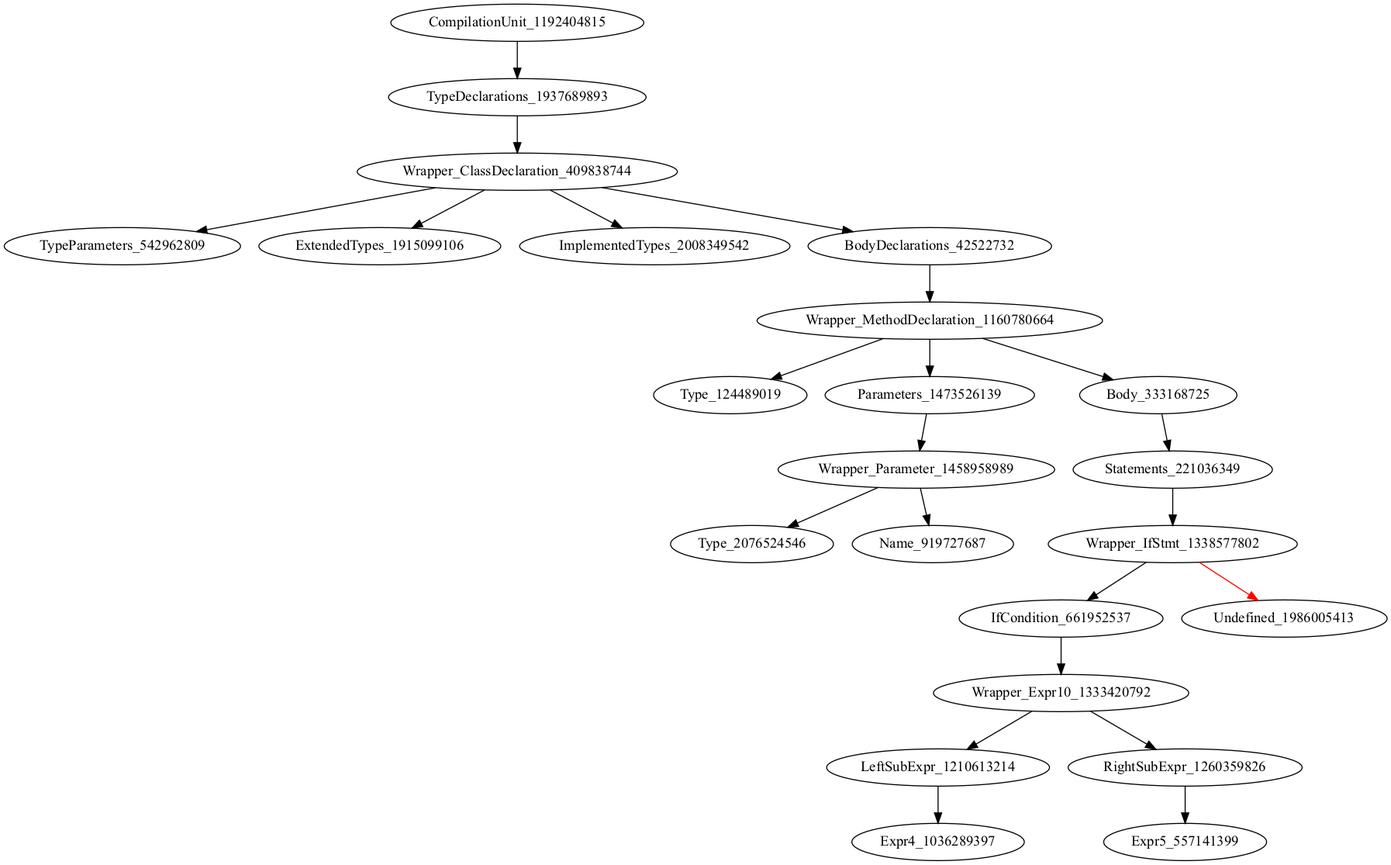
Earlier version of the Graphviz export holeAST.png (icse2023material/VoiceJava). Its source is kept beside it as holeAST.dot.
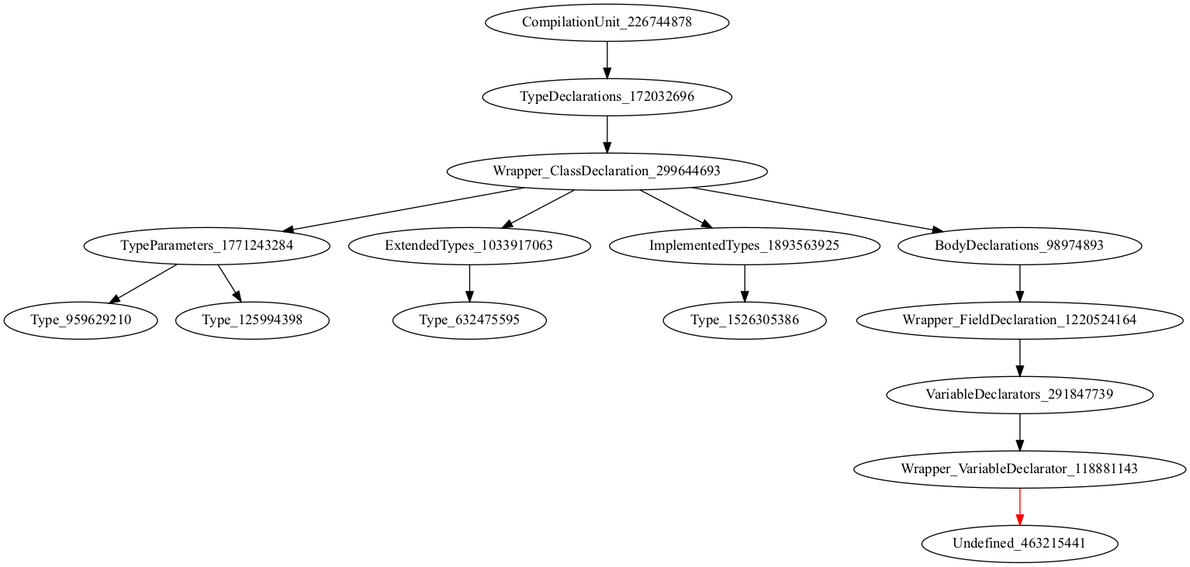
After the change.

The edit, as a diff of the source:
```diff
@@ -1,24 +1,16 @@
 digraph {
-CompilationUnit_1192404815 -> TypeDeclarations_1937689893
-TypeDeclarations_1937689893 -> Wrapper_ClassDeclaration_409838744
-Wrapper_ClassDeclaration_409838744 -> TypeParameters_542962809
-Wrapper_ClassDeclaration_409838744 -> ExtendedTypes_1915099106
-Wrapper_ClassDeclaration_409838744 -> ImplementedTypes_2008349542
-Wrapper_ClassDeclaration_409838744 -> BodyDeclarations_42522732
-BodyDeclarations_42522732 -> Wrapper_MethodDeclaration_1160780664
-Wrapper_MethodDeclaration_1160780664 -> Type_124489019
-Wrapper_MethodDeclaration_1160780664 -> Parameters_1473526139
-Wrapper_MethodDeclaration_1160780664 -> Body_333168725
-Parameters_1473526139 -> Wrapper_Parameter_1458958989
-Body_333168725 -> Statements_221036349
-Wrapper_Parameter_1458958989 -> Type_2076524546
-Wrapper_Parameter_1458958989 -> Name_919727687
-Statements_221036349 -> Wrapper_IfStmt_1338577802
-Wrapper_IfStmt_1338577802 -> IfCondition_661952537
-Wrapper_IfStmt_1338577802 -> Undefined_1986005413 [color = red]
-IfCondition_661952537 -> Wrapper_Expr10_1333420792
-Wrapper_Expr10_1333420792 -> LeftSubExpr_1210613214
-Wrapper_Expr10_1333420792 -> RightSubExpr_1260359826
-LeftSubExpr_1210613214 -> Expr4_1036289397
-RightSubExpr_1260359826 -> Expr5_557141399
+CompilationUnit_226744878 -> TypeDeclarations_172032696
+TypeDeclarations_172032696 -> Wrapper_ClassDeclaration_299644693
+Wrapper_ClassDeclaration_299644693 -> TypeParameters_1771243284
+Wrapper_ClassDeclaration_299644693 -> ExtendedTypes_1033917063
+Wrapper_ClassDeclaration_299644693 -> ImplementedTypes_1893563925
+Wrapper_ClassDeclaration_299644693 -> BodyDeclarations_98974893
+TypeParameters_1771243284 -> Type_959629210
+TypeParameters_1771243284 -> Type_125994398
+ExtendedTypes_1033917063 -> Type_632475595
+ImplementedTypes_1893563925 -> Type_1526305386
+BodyDeclarations_98974893 -> Wrapper_FieldDeclaration_1220524164
+Wrapper_FieldDeclaration_1220524164 -> VariableDeclarators_291847739
+VariableDeclarators_291847739 -> Wrapper_VariableDeclarator_118881143
+Wrapper_VariableDeclarator_118881143 -> Undefined_463215441 [color = red]
 }
```
